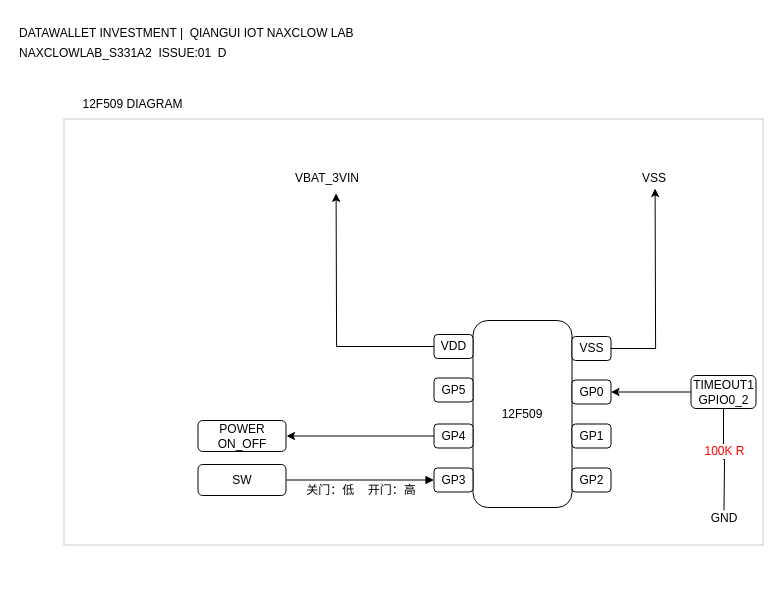
This is NAXCLOWLAB_S331A2.drawio from svija/pubsub, a draw.io file, before an edit. Source tidied: cells renumbered, new cells numbered last; positions are measured from the earlier drawing's top-left corner, leaving out a move shared by most shapes. Both pictures are drawn from the tidied source at 100%, with x=0, y=0 at pixel (17, 17).
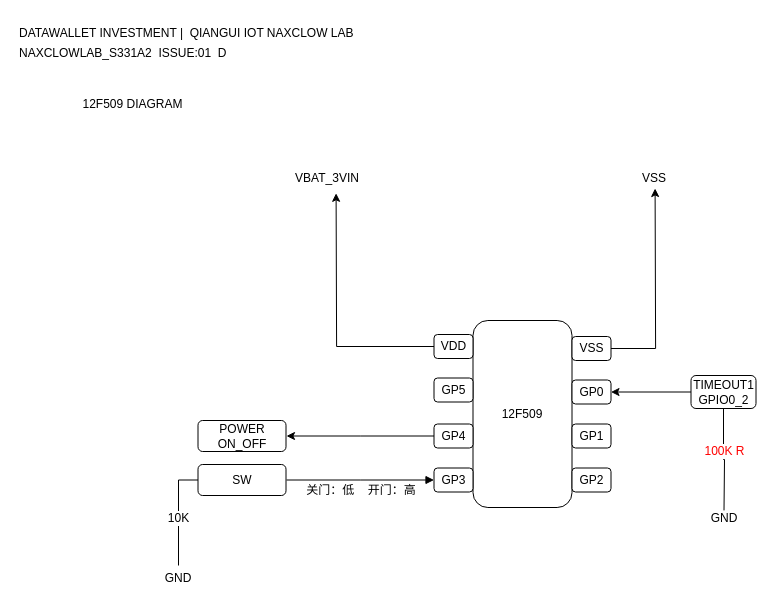
The same page after the edit.

The change refers to these unchanged cells:
```xml
<mxCell id="4" style="group;" parent="1" vertex="1">
  <mxGeometry x="46.5" y="101.5" width="699" height="426" as="geometry" />
</mxCell>
<mxCell id="19" value="SW" style="rounded=1;whiteSpace=wrap;html=1;" parent="4" vertex="1">
  <mxGeometry x="134" y="345.5" width="88" height="31" as="geometry" />
</mxCell>
```

What changed in the source:
```diff
@@
-    <mxCell id="30" style="rounded=0;whiteSpace=wrap;html=1;strokeColor=#CCCCCC;fillColor=none;fontColor=#000000;" parent="4" vertex="1">
-      <mxGeometry width="699" height="426" as="geometry" />
-    </mxCell>
@@
+    <mxCell id="32" style="edgeStyle=orthogonalEdgeStyle;rounded=0;jettySize=auto;html=1;exitX=0;exitY=0.5;exitDx=0;exitDy=0;startArrow=none;startFill=0;endArrow=none;endFill=0;fontColor=#000000;" parent="1" edge="1" source="19">
+      <mxGeometry relative="1" as="geometry">
+        <mxPoint x="161" y="548" as="targetPoint" />
+        <Array as="points">
+          <mxPoint x="161" y="463" />
+        </Array>
+      </mxGeometry>
+    </mxCell>
+    <mxCell id="33" value="10K" style="text;html=1;align=center;verticalAlign=middle;labelBackgroundColor=#ffffff;fontColor=#000000;" parent="32" vertex="1">
+      <mxGeometry x="-0.34" y="-2" relative="1" as="geometry">
+        <mxPoint x="1.5" y="22.5" as="offset" />
+      </mxGeometry>
+    </mxCell>
+    <mxCell id="34" value="GND" style="text;html=1;strokeColor=none;fillColor=none;align=center;verticalAlign=middle;whiteSpace=wrap;rounded=0;fontColor=#000000;" parent="1" vertex="1">
+      <mxGeometry x="140.5" y="550.5" width="40" height="20" as="geometry" />
+    </mxCell>
```
